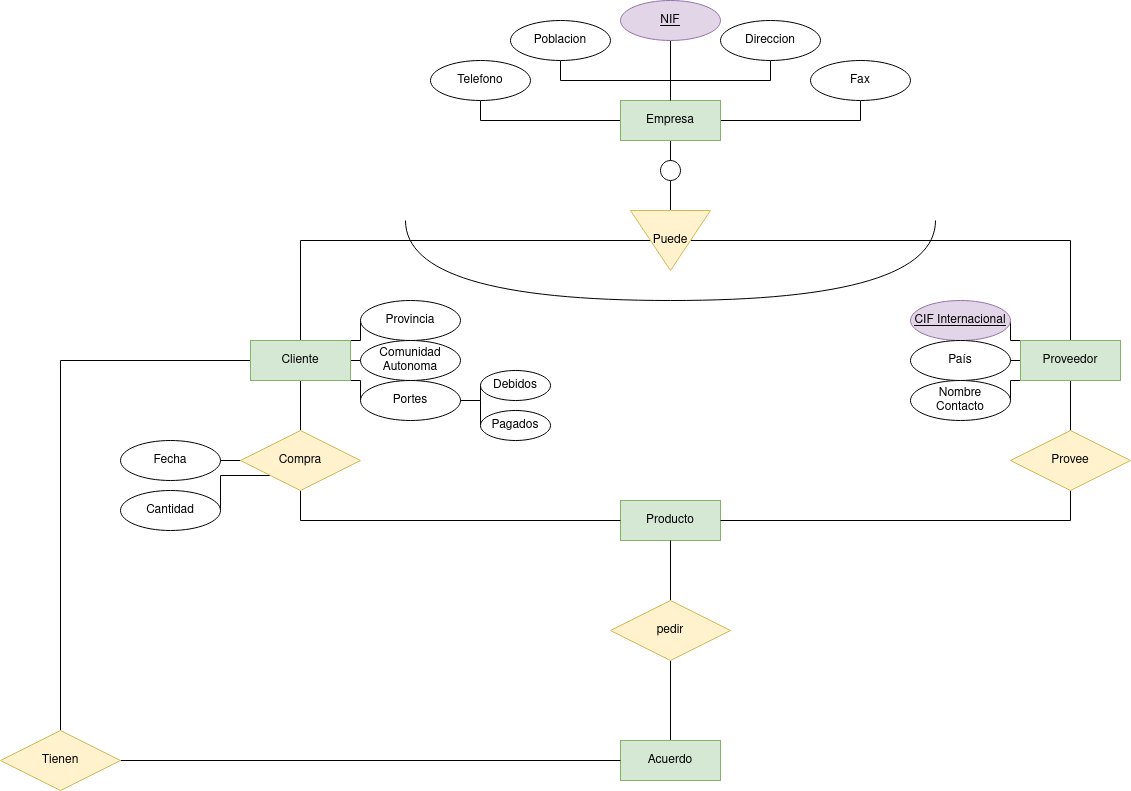
jdrguez/2-Daw keeps this draw.io diagram as Unidad-1/Tareas/Tarea-evaluable4/tarea4.drawio.png. Above is the earlier version. Source tidied: cells renumbered, new cells last; positions are measured from the earlier drawing's top-left corner, leaving out a move shared by most shapes.
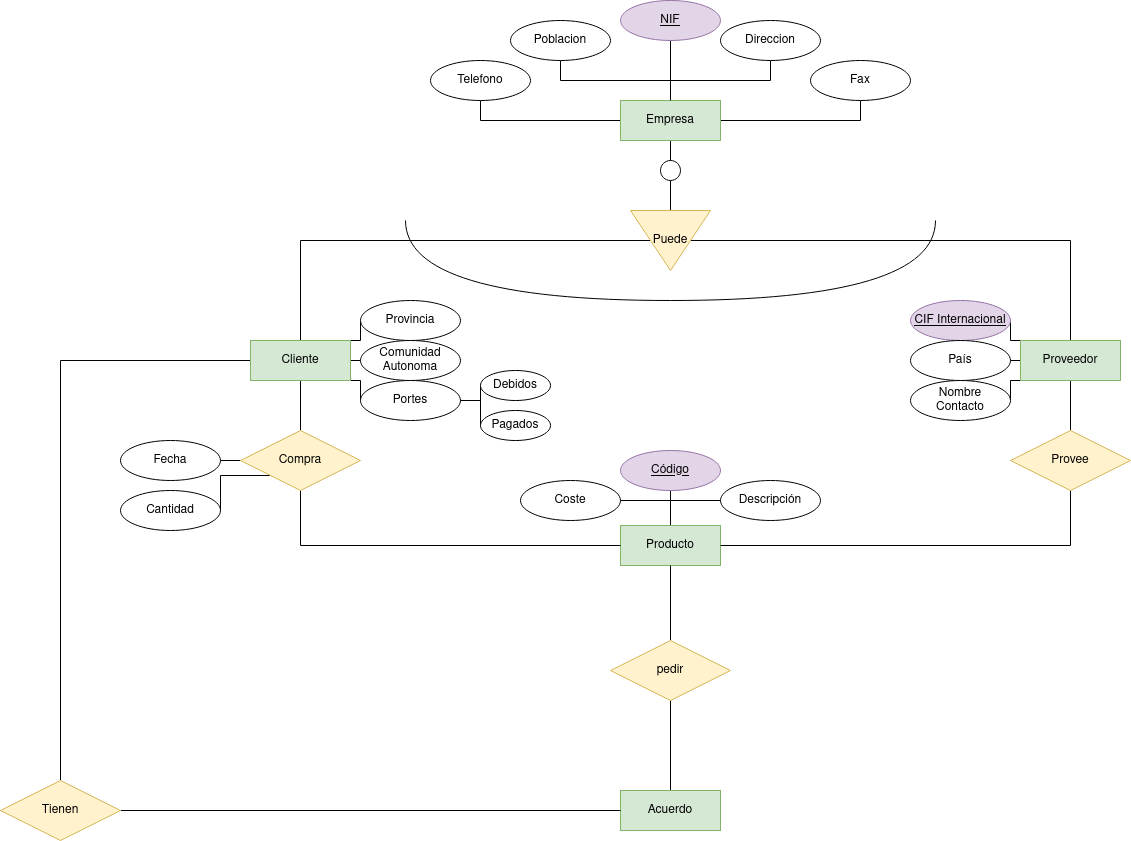
After the change.

The edit, as a diff of the source:
```diff
@@ -68,8 +68,17 @@
     <mxCell id="23" value="Proveedor" style="whiteSpace=wrap;html=1;align=center;fillColor=#d5e8d4;strokeColor=#82b366;" parent="1" vertex="1">
       <mxGeometry x="1020" y="340" width="100" height="40" as="geometry" />
     </mxCell>
+    <mxCell id="56" style="edgeStyle=orthogonalEdgeStyle;rounded=0;jettySize=auto;html=1;exitX=0.5;exitY=0;exitDx=0;exitDy=0;entryX=0.5;entryY=1;entryDx=0;entryDy=0;endArrow=none;endFill=0;" parent="1" edge="1" source="24" target="59">
+      <mxGeometry relative="1" as="geometry" />
+    </mxCell>
+    <mxCell id="57" style="edgeStyle=orthogonalEdgeStyle;rounded=0;jettySize=auto;html=1;exitX=0.5;exitY=0;exitDx=0;exitDy=0;entryX=1;entryY=0.5;entryDx=0;entryDy=0;endArrow=none;endFill=0;" parent="1" edge="1" source="24" target="60">
+      <mxGeometry relative="1" as="geometry" />
+    </mxCell>
+    <mxCell id="58" style="edgeStyle=orthogonalEdgeStyle;rounded=0;jettySize=auto;html=1;exitX=0.5;exitY=0;exitDx=0;exitDy=0;entryX=0;entryY=0.5;entryDx=0;entryDy=0;endArrow=none;endFill=0;" parent="1" edge="1" source="24" target="61">
+      <mxGeometry relative="1" as="geometry" />
+    </mxCell>
     <mxCell id="24" value="&lt;div&gt;Producto&lt;/div&gt;" style="whiteSpace=wrap;html=1;align=center;fillColor=#d5e8d4;strokeColor=#82b366;" parent="1" vertex="1">
-      <mxGeometry x="620" y="500" width="100" height="40" as="geometry" />
+      <mxGeometry x="620" y="525" width="100" height="40" as="geometry" />
     </mxCell>
     <mxCell id="25" style="edgeStyle=orthogonalEdgeStyle;rounded=0;jettySize=auto;html=1;exitX=0.5;exitY=1;exitDx=0;exitDy=0;entryX=0;entryY=0.5;entryDx=0;entryDy=0;endArrow=none;endFill=0;" parent="1" edge="1" source="28" target="24">
       <mxGeometry relative="1" as="geometry" />
@@ -93,13 +102,13 @@
       <mxGeometry relative="1" as="geometry" />
     </mxCell>
     <mxCell id="32" value="Acuerdo" style="whiteSpace=wrap;html=1;align=center;fillColor=#d5e8d4;strokeColor=#82b366;" parent="1" vertex="1">
-      <mxGeometry x="620" y="740" width="100" height="40" as="geometry" />
+      <mxGeometry x="620" y="790" width="100" height="40" as="geometry" />
     </mxCell>
     <mxCell id="33" style="edgeStyle=orthogonalEdgeStyle;rounded=0;jettySize=auto;html=1;exitX=1;exitY=0.5;exitDx=0;exitDy=0;entryX=0;entryY=0.5;entryDx=0;entryDy=0;endArrow=none;endFill=0;" parent="1" edge="1" source="34" target="32">
       <mxGeometry relative="1" as="geometry" />
     </mxCell>
     <mxCell id="34" value="Tienen" style="shape=rhombus;perimeter=rhombusPerimeter;whiteSpace=wrap;html=1;align=center;fillColor=#fff2cc;strokeColor=#d6b656;" parent="1" vertex="1">
-      <mxGeometry y="730" width="120" height="60" as="geometry" />
+      <mxGeometry y="780" width="120" height="60" as="geometry" />
     </mxCell>
     <mxCell id="35" style="shape=requiredInterface;html=1;verticalLabelPosition=bottom;sketch=0;direction=south;" parent="1" vertex="1">
       <mxGeometry x="405" y="220" width="530" height="80" as="geometry" />
@@ -108,7 +117,7 @@
       <mxGeometry relative="1" as="geometry" />
     </mxCell>
     <mxCell id="37" value="pedir" style="shape=rhombus;perimeter=rhombusPerimeter;whiteSpace=wrap;html=1;align=center;fillColor=#fff2cc;strokeColor=#d6b656;" parent="1" vertex="1">
-      <mxGeometry x="610" y="600" width="120" height="60" as="geometry" />
+      <mxGeometry x="610" y="640" width="120" height="60" as="geometry" />
     </mxCell>
     <mxCell id="38" style="edgeStyle=orthogonalEdgeStyle;rounded=0;jettySize=auto;html=1;entryX=0.5;entryY=0;entryDx=0;entryDy=0;endArrow=none;endFill=0;" parent="1" edge="1" source="39" target="7">
       <mxGeometry relative="1" as="geometry" />
@@ -164,5 +173,14 @@
     <mxCell id="55" value="Cantidad" style="ellipse;whiteSpace=wrap;html=1;align=center;" parent="1" vertex="1">
       <mxGeometry x="120" y="490" width="100" height="40" as="geometry" />
     </mxCell>
+    <mxCell id="59" value="Código" style="ellipse;whiteSpace=wrap;html=1;align=center;fontStyle=4;fillColor=#e1d5e7;strokeColor=#9673a6;" parent="1" vertex="1">
+      <mxGeometry x="620" y="450" width="100" height="40" as="geometry" />
+    </mxCell>
+    <mxCell id="60" value="Coste" style="ellipse;whiteSpace=wrap;html=1;align=center;" parent="1" vertex="1">
+      <mxGeometry x="520" y="480" width="100" height="40" as="geometry" />
+    </mxCell>
+    <mxCell id="61" value="Descripción" style="ellipse;whiteSpace=wrap;html=1;align=center;" parent="1" vertex="1">
+      <mxGeometry x="720" y="480" width="100" height="40" as="geometry" />
+    </mxCell>
   </root>
 </mxGraphModel>
```
